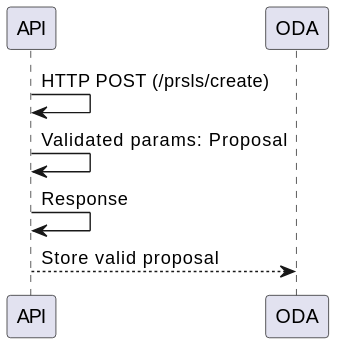
Earlier version of the PlantUML export docs/src/internal/diagrams/create_proposal_api.svg (ska-telescope/ska-oso-services).
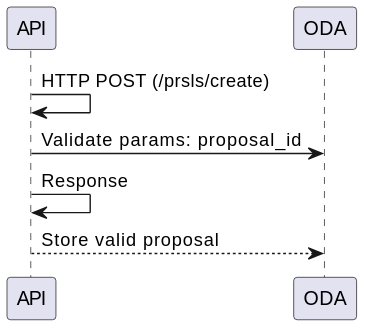
The same file after the commit.

Change to the diagram source:
```diff
@@ -1,6 +1,6 @@
 @startuml
 API -> API: HTTP POST (/prsls/create)
-API -> API: Validated params: Proposal
+API -> ODA: Validate params: proposal_id
 API -> API: Response
 API --> ODA: Store valid proposal
 @enduml
```
